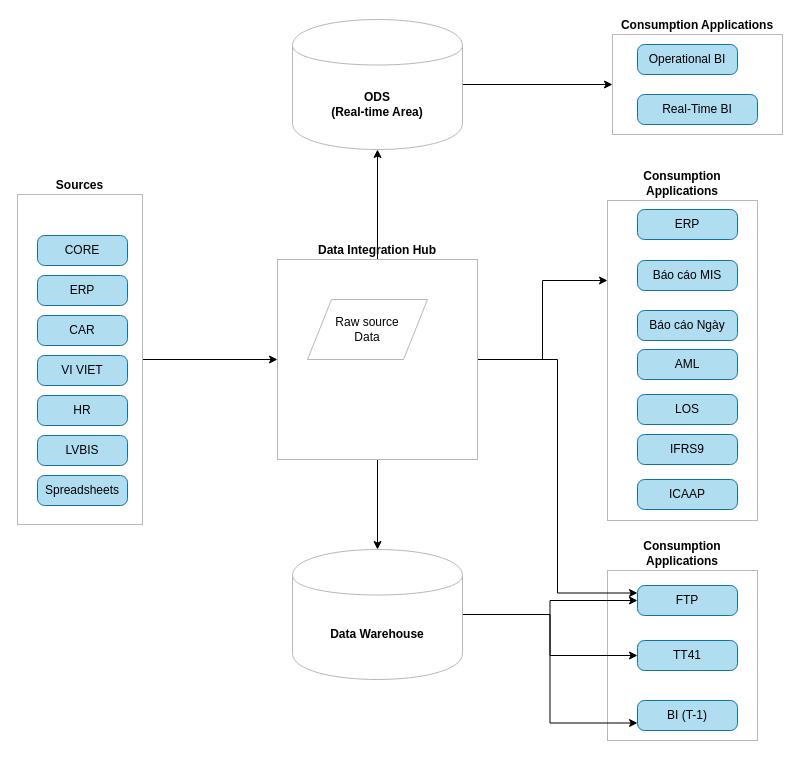
Earlier version of the draw.io diagram Data Hub.drawio (uyennt01/Project1). Source tidied: cells renumbered, new cells numbered last; positions are measured from the earlier drawing's top-left corner, leaving out a move shared by most shapes. Both pictures are drawn from the tidied source at 100%, with x=0, y=0 at pixel (17, 19).
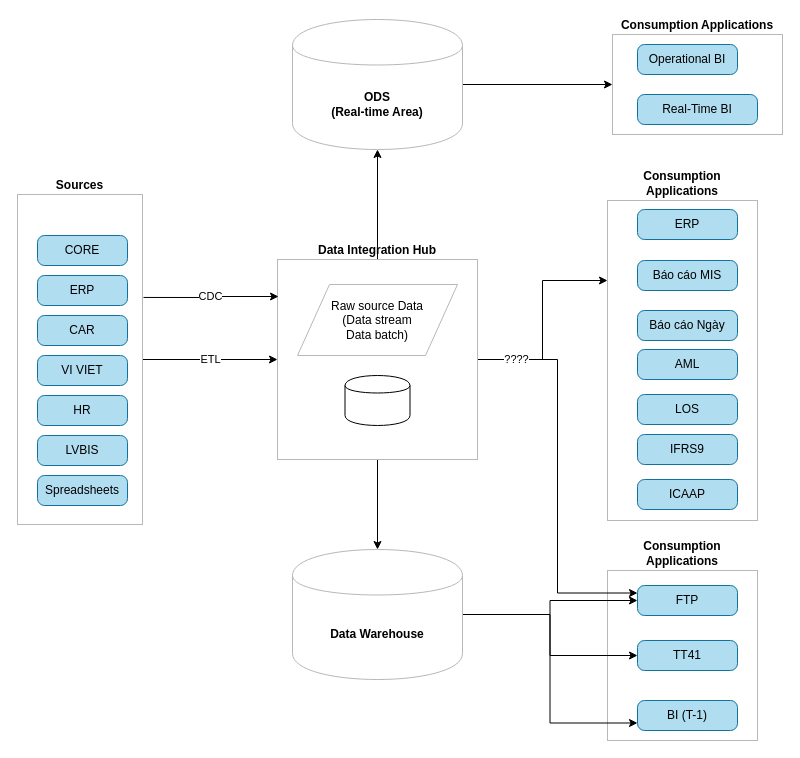
The same page after the edit.

Unchanged cells that the change refers to:
```xml
<mxCell id="6" value="Sources" style="rounded=0;whiteSpace=wrap;html=1;strokeColor=#B8B8B8;labelPosition=center;verticalLabelPosition=top;align=center;verticalAlign=bottom;fontStyle=1;" parent="1" vertex="1">
  <mxGeometry y="175" width="125" height="330" as="geometry" />
</mxCell>
<mxCell id="11" value="Data Integration Hub" style="whiteSpace=wrap;html=1;strokeColor=#B8B8B8;labelPosition=center;verticalLabelPosition=top;align=center;verticalAlign=bottom;fontStyle=1;" parent="1" vertex="1">
  <mxGeometry x="260" y="240" width="200" height="200" as="geometry" />
</mxCell>
<mxCell id="26" value="FTP" style="rounded=1;whiteSpace=wrap;html=1;absoluteArcSize=1;arcSize=14;strokeWidth=1;fillColor=#b1ddf0;strokeColor=#10739e;" parent="1" vertex="1">
  <mxGeometry x="620" y="566" width="100" height="30" as="geometry" />
</mxCell>
```

Change to the diagram source:
```diff
@@
-    <mxCell id="5" style="edgeStyle=orthogonalEdgeStyle;rounded=0;jettySize=auto;html=1;entryX=0;entryY=0.5;entryDx=0;entryDy=0;" parent="1" edge="1" source="6" target="11">
+    <mxCell id="5" value="ETL" style="edgeStyle=orthogonalEdgeStyle;rounded=0;jettySize=auto;html=1;entryX=0;entryY=0.5;entryDx=0;entryDy=0;" parent="1" edge="1" source="6" target="11">
       <mxGeometry relative="1" as="geometry" />
     </mxCell>
@@
-    <mxCell id="10" style="edgeStyle=orthogonalEdgeStyle;rounded=0;jettySize=auto;html=1;entryX=0;entryY=0.25;entryDx=0;entryDy=0;" parent="1" edge="1" source="11" target="26">
-      <mxGeometry relative="1" as="geometry" />
+    <mxCell id="10" value="????" style="edgeStyle=orthogonalEdgeStyle;rounded=0;jettySize=auto;html=1;entryX=0;entryY=0.25;entryDx=0;entryDy=0;" parent="1" edge="1" source="11" target="26">
+      <mxGeometry x="-0.8" relative="1" as="geometry" />
     </mxCell>
@@
-    <mxCell id="37" value="&lt;div&gt;Raw source&lt;/div&gt;&lt;div&gt;Data&lt;/div&gt;" style="shape=parallelogram;perimeter=parallelogramPerimeter;whiteSpace=wrap;html=1;strokeColor=#B8B8B8;" parent="1" vertex="1">
-      <mxGeometry x="290" y="280" width="120" height="60" as="geometry" />
+    <mxCell id="37" value="&lt;div&gt;Raw source Data&lt;/div&gt;&lt;div&gt;&lt;div&gt;(Data stream&lt;br&gt;Data batch)&lt;/div&gt;&lt;/div&gt;" style="shape=parallelogram;perimeter=parallelogramPerimeter;whiteSpace=wrap;html=1;strokeColor=#B8B8B8;" parent="1" vertex="1">
+      <mxGeometry x="280" y="265" width="160" height="71" as="geometry" />
     </mxCell>
+    <mxCell id="38" value="CDC" style="edgeStyle=orthogonalEdgeStyle;rounded=0;jettySize=auto;html=1;exitX=1.008;exitY=0.312;exitDx=0;exitDy=0;exitPerimeter=0;entryX=0.005;entryY=0.185;entryDx=0;entryDy=0;entryPerimeter=0;" parent="1" edge="1" source="6" target="11">
+      <mxGeometry relative="1" as="geometry" />
+    </mxCell>
+    <mxCell id="39" style="shape=cylinder;whiteSpace=wrap;html=1;boundedLbl=1;backgroundOutline=1;" parent="1" vertex="1">
+      <mxGeometry x="327.5" y="356" width="65" height="50" as="geometry" />
+    </mxCell>
```
